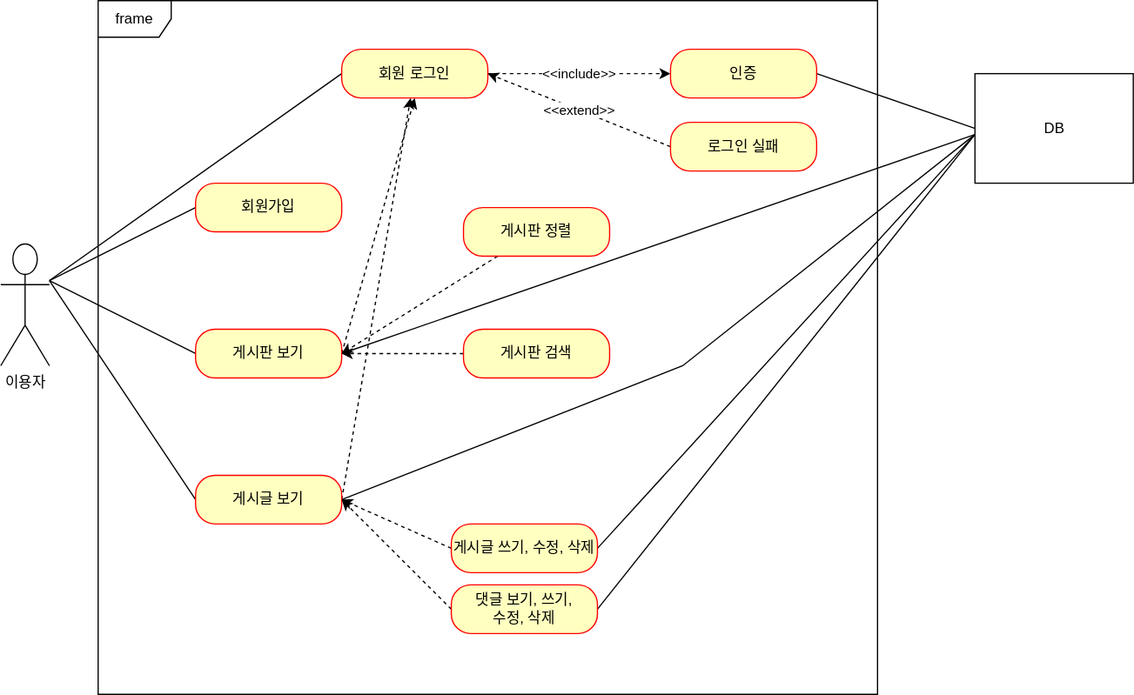
kimhyeyun/SPRING-BOARD-PROJECT keeps this draw.io diagram as document/use-case.svg. Above is the earlier version. Source tidied: cells renumbered, new cells last; positions are measured from the earlier drawing's top-left corner, leaving out a move shared by most shapes.
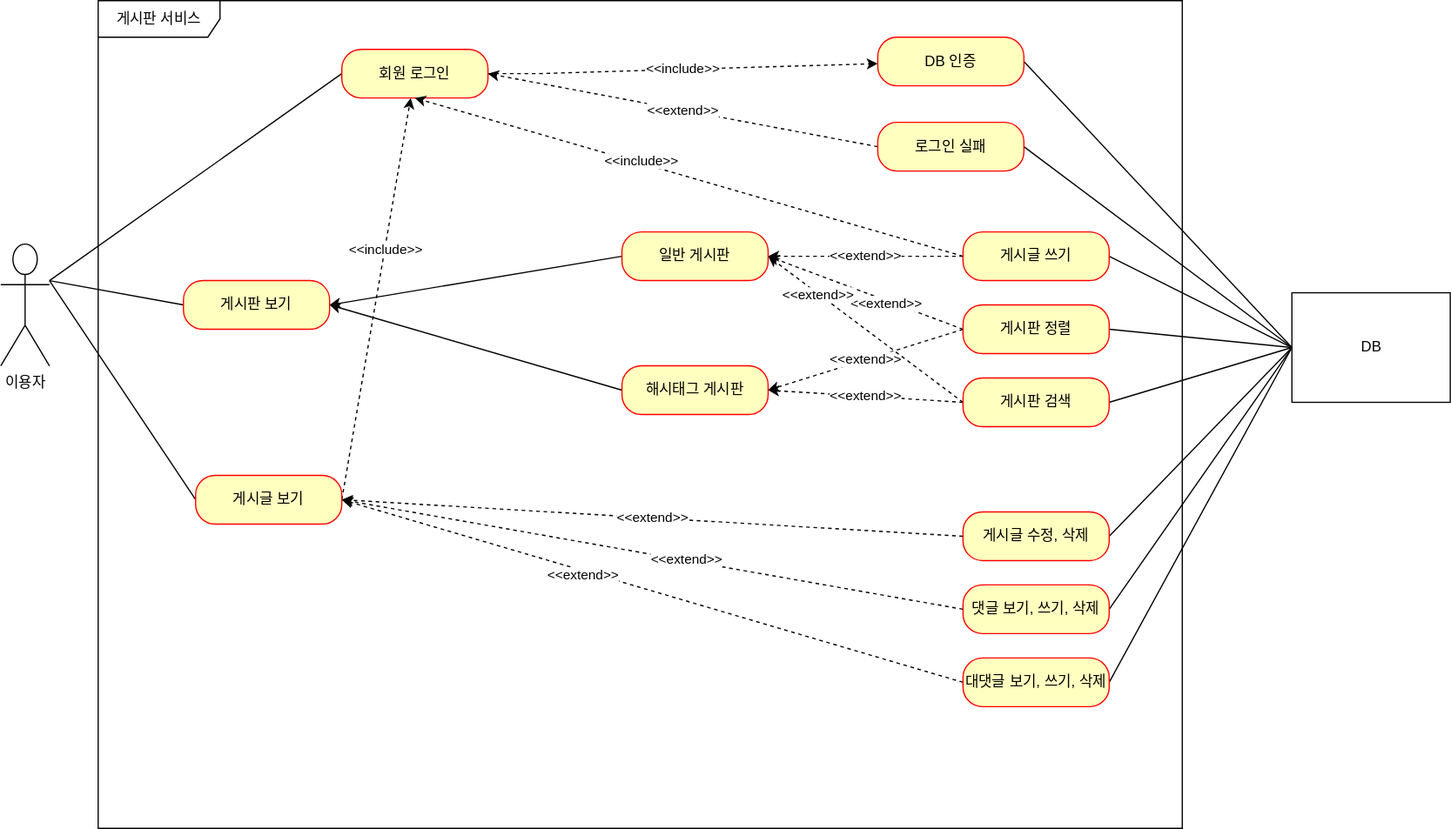
The same diagram one commit later.

Commit message:
#70 - use-case.svg: 현재 서비스 상황에 맞춰 업데이트

What changed in the source:
```diff
@@ -5,34 +5,16 @@
     <mxCell id="2" value="이용자&lt;br&gt;" style="shape=umlActor;verticalLabelPosition=bottom;verticalAlign=top;html=1;" parent="1" vertex="1">
       <mxGeometry y="200" width="40" height="100" as="geometry" />
     </mxCell>
-    <mxCell id="3" value="frame" style="shape=umlFrame;whiteSpace=wrap;html=1;" parent="1" vertex="1">
-      <mxGeometry x="80" width="640" height="570" as="geometry" />
+    <mxCell id="3" value="게시판 서비스" style="shape=umlFrame;whiteSpace=wrap;html=1;width=100;height=30;" parent="1" vertex="1">
+      <mxGeometry x="80" width="890" height="680" as="geometry" />
     </mxCell>
-    <mxCell id="4" style="rounded=0;jettySize=auto;html=1;endArrow=none;endFill=0;exitX=0;exitY=0.5;exitDx=0;exitDy=0;" parent="1" edge="1" source="5">
-      <mxGeometry relative="1" as="geometry">
-        <mxPoint x="40" y="230" as="targetPoint" />
-      </mxGeometry>
-    </mxCell>
-    <mxCell id="5" value="회원가입" style="rounded=1;whiteSpace=wrap;html=1;arcSize=40;fontColor=#000000;fillColor=#ffffc0;strokeColor=#ff0000;" parent="1" vertex="1">
-      <mxGeometry x="160" y="150" width="120" height="40" as="geometry" />
-    </mxCell>
-    <mxCell id="6" style="edgeStyle=none;rounded=0;orthogonalLoop=1;jettySize=auto;html=1;endArrow=none;endFill=0;" parent="1" edge="1">
+    <mxCell id="6" style="edgeStyle=none;rounded=0;jettySize=auto;html=1;endArrow=none;endFill=0;exitX=0;exitY=0.5;exitDx=0;exitDy=0;" parent="1" edge="1" source="9">
       <mxGeometry relative="1" as="geometry">
-        <mxPoint x="160" y="290" as="sourcePoint" />
         <mxPoint x="40" y="230" as="targetPoint" />
       </mxGeometry>
     </mxCell>
-    <mxCell id="7" style="edgeStyle=none;rounded=0;jettySize=auto;html=1;entryX=0.5;entryY=1;entryDx=0;entryDy=0;dashed=1;endArrow=classic;endFill=1;exitX=1;exitY=0.5;exitDx=0;exitDy=0;" parent="1" edge="1" source="9" target="16">
-      <mxGeometry relative="1" as="geometry" />
-    </mxCell>
-    <mxCell id="8" style="edgeStyle=none;rounded=0;orthogonalLoop=1;jettySize=auto;html=1;endArrow=none;endFill=0;" parent="1" edge="1">
-      <mxGeometry relative="1" as="geometry">
-        <mxPoint x="280" y="290" as="sourcePoint" />
-        <mxPoint x="800" y="110" as="targetPoint" />
-      </mxGeometry>
-    </mxCell>
     <mxCell id="9" value="게시판 보기" style="rounded=1;whiteSpace=wrap;html=1;arcSize=40;fontColor=#000000;fillColor=#ffffc0;strokeColor=#ff0000;" parent="1" vertex="1">
-      <mxGeometry x="160" y="270" width="120" height="40" as="geometry" />
+      <mxGeometry x="150" y="230" width="120" height="40" as="geometry" />
     </mxCell>
     <mxCell id="10" style="edgeStyle=none;rounded=0;jettySize=auto;html=1;endArrow=none;endFill=0;exitX=0;exitY=0.5;exitDx=0;exitDy=0;" parent="1" edge="1" source="13">
       <mxGeometry relative="1" as="geometry">
@@ -42,14 +24,9 @@
     <mxCell id="11" style="edgeStyle=none;rounded=0;jettySize=auto;html=1;exitX=1;exitY=0.5;exitDx=0;exitDy=0;dashed=1;endArrow=classic;endFill=1;" parent="1" edge="1" source="13" target="16">
       <mxGeometry relative="1" as="geometry" />
     </mxCell>
-    <mxCell id="12" style="edgeStyle=none;rounded=0;jettySize=auto;html=1;exitX=1;exitY=0.5;exitDx=0;exitDy=0;endArrow=none;endFill=0;" parent="1" edge="1" source="13">
-      <mxGeometry relative="1" as="geometry">
-        <mxPoint x="800" y="110" as="targetPoint" />
-        <Array as="points">
-          <mxPoint x="560" y="300" />
-        </Array>
-      </mxGeometry>
-    </mxCell>
+    <mxCell id="32" value="&amp;lt;&amp;lt;include&amp;gt;&amp;gt;" style="edgeLabel;html=1;align=center;verticalAlign=middle;" parent="11" vertex="1">
+      <mxGeometry x="0.25" relative="1" as="geometry" />
+    </mxCell>
     <mxCell id="13" value="게시글 보기" style="rounded=1;whiteSpace=wrap;html=1;arcSize=40;fontColor=#000000;fillColor=#ffffc0;strokeColor=#ff0000;" parent="1" vertex="1">
       <mxGeometry x="160" y="390" width="120" height="40" as="geometry" />
     </mxCell>
@@ -71,53 +48,116 @@
     <mxCell id="17" style="edgeStyle=none;rounded=0;jettySize=auto;html=1;exitX=1;exitY=0.5;exitDx=0;exitDy=0;entryX=0;entryY=0.5;entryDx=0;entryDy=0;endArrow=none;endFill=0;" parent="1" edge="1" source="18" target="31">
       <mxGeometry relative="1" as="geometry" />
     </mxCell>
-    <mxCell id="18" value="인증" style="rounded=1;whiteSpace=wrap;html=1;arcSize=40;fontColor=#000000;fillColor=#ffffc0;strokeColor=#ff0000;" parent="1" vertex="1">
-      <mxGeometry x="550" y="40" width="120" height="40" as="geometry" />
+    <mxCell id="18" value="DB 인증" style="rounded=1;whiteSpace=wrap;html=1;arcSize=40;fontColor=#000000;fillColor=#ffffc0;strokeColor=#ff0000;" parent="1" vertex="1">
+      <mxGeometry x="720" y="30" width="120" height="40" as="geometry" />
     </mxCell>
     <mxCell id="19" value="&amp;lt;&amp;lt;extend&amp;gt;&amp;gt;" style="edgeStyle=none;rounded=0;jettySize=auto;html=1;dashed=1;endArrow=classic;endFill=1;exitX=0;exitY=0.5;exitDx=0;exitDy=0;entryX=1;entryY=0.5;entryDx=0;entryDy=0;" parent="1" edge="1" source="20" target="16">
       <mxGeometry relative="1" as="geometry" />
     </mxCell>
+    <mxCell id="33" style="edgeStyle=none;rounded=0;jettySize=auto;html=1;exitX=1;exitY=0.5;exitDx=0;exitDy=0;entryX=0;entryY=0.5;entryDx=0;entryDy=0;endArrow=none;endFill=0;" parent="1" edge="1" source="20" target="31">
+      <mxGeometry relative="1" as="geometry" />
+    </mxCell>
     <mxCell id="20" value="로그인 실패" style="rounded=1;whiteSpace=wrap;html=1;arcSize=40;fontColor=#000000;fillColor=#ffffc0;strokeColor=#ff0000;" parent="1" vertex="1">
-      <mxGeometry x="550" y="100" width="120" height="40" as="geometry" />
+      <mxGeometry x="720" y="100" width="120" height="40" as="geometry" />
     </mxCell>
-    <mxCell id="21" style="edgeStyle=none;rounded=0;jettySize=auto;html=1;entryX=1;entryY=0.5;entryDx=0;entryDy=0;dashed=1;endArrow=classic;endFill=1;" parent="1" edge="1" source="22" target="9">
-      <mxGeometry relative="1" as="geometry" />
-    </mxCell>
+    <mxCell id="34" style="edgeStyle=none;rounded=0;jettySize=auto;html=1;exitX=0;exitY=0.5;exitDx=0;exitDy=0;entryX=1;entryY=0.5;entryDx=0;entryDy=0;dashed=1;" parent="1" edge="1" source="22" target="46">
+      <mxGeometry relative="1" as="geometry" />
+    </mxCell>
+    <mxCell id="35" value="&amp;lt;&amp;lt;extend&amp;gt;&amp;gt;" style="edgeLabel;html=1;align=center;verticalAlign=middle;" parent="34" vertex="1">
+      <mxGeometry x="-0.22" y="2" relative="1" as="geometry">
+        <mxPoint x="-1" as="offset" />
+      </mxGeometry>
+    </mxCell>
+    <mxCell id="36" value="&amp;lt;&amp;lt;extend&amp;gt;&amp;gt;" style="edgeStyle=none;rounded=0;jettySize=auto;html=1;exitX=0;exitY=0.5;exitDx=0;exitDy=0;entryX=1;entryY=0.5;entryDx=0;entryDy=0;dashed=1;" parent="1" edge="1" source="22" target="48">
+      <mxGeometry relative="1" as="geometry" />
+    </mxCell>
+    <mxCell id="37" style="edgeStyle=none;rounded=0;jettySize=auto;html=1;exitX=1;exitY=0.5;exitDx=0;exitDy=0;entryX=0;entryY=0.5;entryDx=0;entryDy=0;endArrow=none;endFill=0;" parent="1" edge="1" source="22" target="31">
+      <mxGeometry relative="1" as="geometry" />
+    </mxCell>
     <mxCell id="22" value="게시판 정렬" style="rounded=1;whiteSpace=wrap;html=1;arcSize=40;fontColor=#000000;fillColor=#ffffc0;strokeColor=#ff0000;" parent="1" vertex="1">
-      <mxGeometry x="380" y="170" width="120" height="40" as="geometry" />
+      <mxGeometry x="790" y="250" width="120" height="40" as="geometry" />
     </mxCell>
-    <mxCell id="23" style="edgeStyle=none;rounded=0;jettySize=auto;html=1;exitX=0;exitY=0.5;exitDx=0;exitDy=0;dashed=1;endArrow=classic;endFill=1;" parent="1" edge="1" source="24">
-      <mxGeometry relative="1" as="geometry">
-        <mxPoint x="280" y="290" as="targetPoint" />
-      </mxGeometry>
-    </mxCell>
+    <mxCell id="38" value="&amp;lt;&amp;lt;extend&amp;gt;&amp;gt;" style="edgeStyle=none;rounded=0;jettySize=auto;html=1;exitX=0;exitY=0.5;exitDx=0;exitDy=0;dashed=1;entryX=1;entryY=0.5;entryDx=0;entryDy=0;" parent="1" edge="1" source="24" target="48">
+      <mxGeometry relative="1" as="geometry" />
+    </mxCell>
+    <mxCell id="39" style="edgeStyle=none;rounded=0;jettySize=auto;html=1;exitX=0;exitY=0.5;exitDx=0;exitDy=0;entryX=1;entryY=0.5;entryDx=0;entryDy=0;dashed=1;" parent="1" edge="1" source="24" target="46">
+      <mxGeometry relative="1" as="geometry" />
+    </mxCell>
+    <mxCell id="40" value="&amp;lt;&amp;lt;extend&amp;gt;&amp;gt;" style="edgeLabel;html=1;align=center;verticalAlign=middle;" parent="39" vertex="1">
+      <mxGeometry x="0.49" y="1" relative="1" as="geometry" />
+    </mxCell>
+    <mxCell id="41" style="edgeStyle=none;rounded=0;jettySize=auto;html=1;exitX=1;exitY=0.5;exitDx=0;exitDy=0;entryX=0;entryY=0.5;entryDx=0;entryDy=0;endArrow=none;endFill=0;" parent="1" edge="1" source="24" target="31">
+      <mxGeometry relative="1" as="geometry" />
+    </mxCell>
     <mxCell id="24" value="게시판 검색" style="rounded=1;whiteSpace=wrap;html=1;arcSize=40;fontColor=#000000;fillColor=#ffffc0;strokeColor=#ff0000;" parent="1" vertex="1">
-      <mxGeometry x="380" y="270" width="120" height="40" as="geometry" />
+      <mxGeometry x="790" y="310" width="120" height="40" as="geometry" />
     </mxCell>
-    <mxCell id="25" style="edgeStyle=none;rounded=0;jettySize=auto;html=1;exitX=0;exitY=0.5;exitDx=0;exitDy=0;entryX=1;entryY=0.5;entryDx=0;entryDy=0;dashed=1;endArrow=classic;endFill=1;" parent="1" edge="1" source="27" target="13">
+    <mxCell id="25" value="&amp;lt;&amp;lt;extend&amp;gt;&amp;gt;" style="edgeStyle=none;rounded=0;jettySize=auto;html=1;exitX=0;exitY=0.5;exitDx=0;exitDy=0;entryX=1;entryY=0.5;entryDx=0;entryDy=0;dashed=1;endArrow=classic;endFill=1;" parent="1" edge="1" source="27" target="13">
       <mxGeometry relative="1" as="geometry" />
     </mxCell>
-    <mxCell id="26" style="edgeStyle=none;rounded=0;jettySize=auto;html=1;endArrow=none;endFill=0;exitX=1;exitY=0.5;exitDx=0;exitDy=0;" parent="1" edge="1" source="27">
-      <mxGeometry relative="1" as="geometry">
-        <mxPoint x="800" y="110" as="targetPoint" />
-      </mxGeometry>
-    </mxCell>
+    <mxCell id="42" style="edgeStyle=none;rounded=0;jettySize=auto;html=1;exitX=1;exitY=0.5;exitDx=0;exitDy=0;entryX=0;entryY=0.5;entryDx=0;entryDy=0;endArrow=none;endFill=0;" parent="1" edge="1" source="27" target="31">
+      <mxGeometry relative="1" as="geometry" />
+    </mxCell>
-    <mxCell id="27" value="게시글 쓰기, 수정, 삭제" style="rounded=1;whiteSpace=wrap;html=1;arcSize=40;fontColor=#000000;fillColor=#ffffc0;strokeColor=#ff0000;" parent="1" vertex="1">
-      <mxGeometry x="370" y="430" width="120" height="40" as="geometry" />
+    <mxCell id="27" value="게시글 수정, 삭제" style="rounded=1;whiteSpace=wrap;html=1;arcSize=40;fontColor=#000000;fillColor=#ffffc0;strokeColor=#ff0000;" parent="1" vertex="1">
+      <mxGeometry x="790" y="420" width="120" height="40" as="geometry" />
     </mxCell>
     <mxCell id="28" style="edgeStyle=none;rounded=0;jettySize=auto;html=1;exitX=0;exitY=0.5;exitDx=0;exitDy=0;dashed=1;endArrow=classic;endFill=1;entryX=1;entryY=0.5;entryDx=0;entryDy=0;" parent="1" edge="1" source="30" target="13">
       <mxGeometry relative="1" as="geometry" />
     </mxCell>
-    <mxCell id="29" style="edgeStyle=none;rounded=0;jettySize=auto;html=1;exitX=1;exitY=0.5;exitDx=0;exitDy=0;endArrow=none;endFill=0;" parent="1" edge="1" source="30">
-      <mxGeometry relative="1" as="geometry">
-        <mxPoint x="800" y="110" as="targetPoint" />
-      </mxGeometry>
-    </mxCell>
+    <mxCell id="43" value="&amp;lt;&amp;lt;extend&amp;gt;&amp;gt;" style="edgeLabel;html=1;align=center;verticalAlign=middle;" parent="28" vertex="1">
+      <mxGeometry x="-0.11" y="-1" relative="1" as="geometry" />
+    </mxCell>
+    <mxCell id="44" style="edgeStyle=none;rounded=0;jettySize=auto;html=1;exitX=1;exitY=0.5;exitDx=0;exitDy=0;entryX=0;entryY=0.5;entryDx=0;entryDy=0;endArrow=none;endFill=0;" parent="1" edge="1" source="30" target="31">
+      <mxGeometry relative="1" as="geometry" />
+    </mxCell>
-    <mxCell id="30" value="댓글 보기, 쓰기, &lt;br&gt;수정, 삭제" style="rounded=1;whiteSpace=wrap;html=1;arcSize=40;fontColor=#000000;fillColor=#ffffc0;strokeColor=#ff0000;" parent="1" vertex="1">
-      <mxGeometry x="370" y="480" width="120" height="40" as="geometry" />
+    <mxCell id="30" value="댓글 보기, 쓰기,&amp;nbsp;삭제" style="rounded=1;whiteSpace=wrap;html=1;arcSize=40;fontColor=#000000;fillColor=#ffffc0;strokeColor=#ff0000;" parent="1" vertex="1">
+      <mxGeometry x="790" y="480" width="120" height="40" as="geometry" />
     </mxCell>
     <mxCell id="31" value="DB" style="html=1;" parent="1" vertex="1">
-      <mxGeometry x="800" y="60" width="130" height="90" as="geometry" />
+      <mxGeometry x="1060" y="240" width="130" height="90" as="geometry" />
     </mxCell>
+    <mxCell id="45" style="rounded=0;jettySize=auto;html=1;exitX=0;exitY=0.5;exitDx=0;exitDy=0;entryX=1;entryY=0.5;entryDx=0;entryDy=0;" parent="1" edge="1" source="46" target="9">
+      <mxGeometry relative="1" as="geometry" />
+    </mxCell>
+    <mxCell id="46" value="일반 게시판" style="rounded=1;whiteSpace=wrap;html=1;arcSize=40;fontColor=#000000;fillColor=#ffffc0;strokeColor=#ff0000;" parent="1" vertex="1">
+      <mxGeometry x="510" y="190" width="120" height="40" as="geometry" />
+    </mxCell>
+    <mxCell id="47" style="edgeStyle=none;rounded=0;jettySize=auto;html=1;exitX=0;exitY=0.5;exitDx=0;exitDy=0;" parent="1" edge="1" source="48">
+      <mxGeometry relative="1" as="geometry">
+        <mxPoint x="270" y="250" as="targetPoint" />
+      </mxGeometry>
+    </mxCell>
+    <mxCell id="48" value="해시태그 게시판" style="rounded=1;whiteSpace=wrap;html=1;arcSize=40;fontColor=#000000;fillColor=#ffffc0;strokeColor=#ff0000;" parent="1" vertex="1">
+      <mxGeometry x="510" y="300" width="120" height="40" as="geometry" />
+    </mxCell>
+    <mxCell id="49" value="&amp;lt;&amp;lt;extend&amp;gt;&amp;gt;" style="edgeStyle=none;rounded=0;jettySize=auto;html=1;exitX=0;exitY=0.5;exitDx=0;exitDy=0;entryX=1;entryY=0.5;entryDx=0;entryDy=0;dashed=1;" parent="1" edge="1" source="53" target="46">
+      <mxGeometry relative="1" as="geometry" />
+    </mxCell>
+    <mxCell id="50" style="edgeStyle=none;rounded=0;jettySize=auto;html=1;exitX=0;exitY=0.5;exitDx=0;exitDy=0;entryX=0.5;entryY=1;entryDx=0;entryDy=0;dashed=1;" parent="1" edge="1" source="53" target="16">
+      <mxGeometry relative="1" as="geometry" />
+    </mxCell>
+    <mxCell id="51" value="&amp;lt;&amp;lt;include&amp;gt;&amp;gt;" style="edgeLabel;html=1;align=center;verticalAlign=middle;" parent="50" vertex="1">
+      <mxGeometry x="0.18" y="-2" relative="1" as="geometry">
+        <mxPoint x="1" as="offset" />
+      </mxGeometry>
+    </mxCell>
+    <mxCell id="52" style="edgeStyle=none;rounded=0;jettySize=auto;html=1;exitX=1;exitY=0.5;exitDx=0;exitDy=0;endArrow=none;endFill=0;entryX=0;entryY=0.5;entryDx=0;entryDy=0;" parent="1" edge="1" source="53" target="31">
+      <mxGeometry relative="1" as="geometry" />
+    </mxCell>
+    <mxCell id="53" value="게시글 쓰기" style="rounded=1;whiteSpace=wrap;html=1;arcSize=40;fontColor=#000000;fillColor=#ffffc0;strokeColor=#ff0000;" parent="1" vertex="1">
+      <mxGeometry x="790" y="190" width="120" height="40" as="geometry" />
+    </mxCell>
+    <mxCell id="54" style="edgeStyle=none;rounded=0;jettySize=auto;html=1;exitX=0;exitY=0.5;exitDx=0;exitDy=0;entryX=1;entryY=0.5;entryDx=0;entryDy=0;dashed=1;" parent="1" edge="1" source="57" target="13">
+      <mxGeometry relative="1" as="geometry" />
+    </mxCell>
+    <mxCell id="55" value="&amp;lt;&amp;lt;extend&amp;gt;&amp;gt;" style="edgeLabel;html=1;align=center;verticalAlign=middle;" parent="54" vertex="1">
+      <mxGeometry x="0.22" y="3" relative="1" as="geometry" />
+    </mxCell>
+    <mxCell id="56" style="edgeStyle=none;rounded=0;jettySize=auto;html=1;exitX=1;exitY=0.5;exitDx=0;exitDy=0;endArrow=none;endFill=0;entryX=0;entryY=0.5;entryDx=0;entryDy=0;" parent="1" edge="1" source="57" target="31">
+      <mxGeometry relative="1" as="geometry" />
+    </mxCell>
+    <mxCell id="57" value="대댓글 보기, 쓰기, 삭제" style="rounded=1;whiteSpace=wrap;html=1;arcSize=40;fontColor=#000000;fillColor=#ffffc0;strokeColor=#ff0000;" parent="1" vertex="1">
+      <mxGeometry x="790" y="540" width="120" height="40" as="geometry" />
+    </mxCell>
   </root>
 </mxGraphModel>
```
